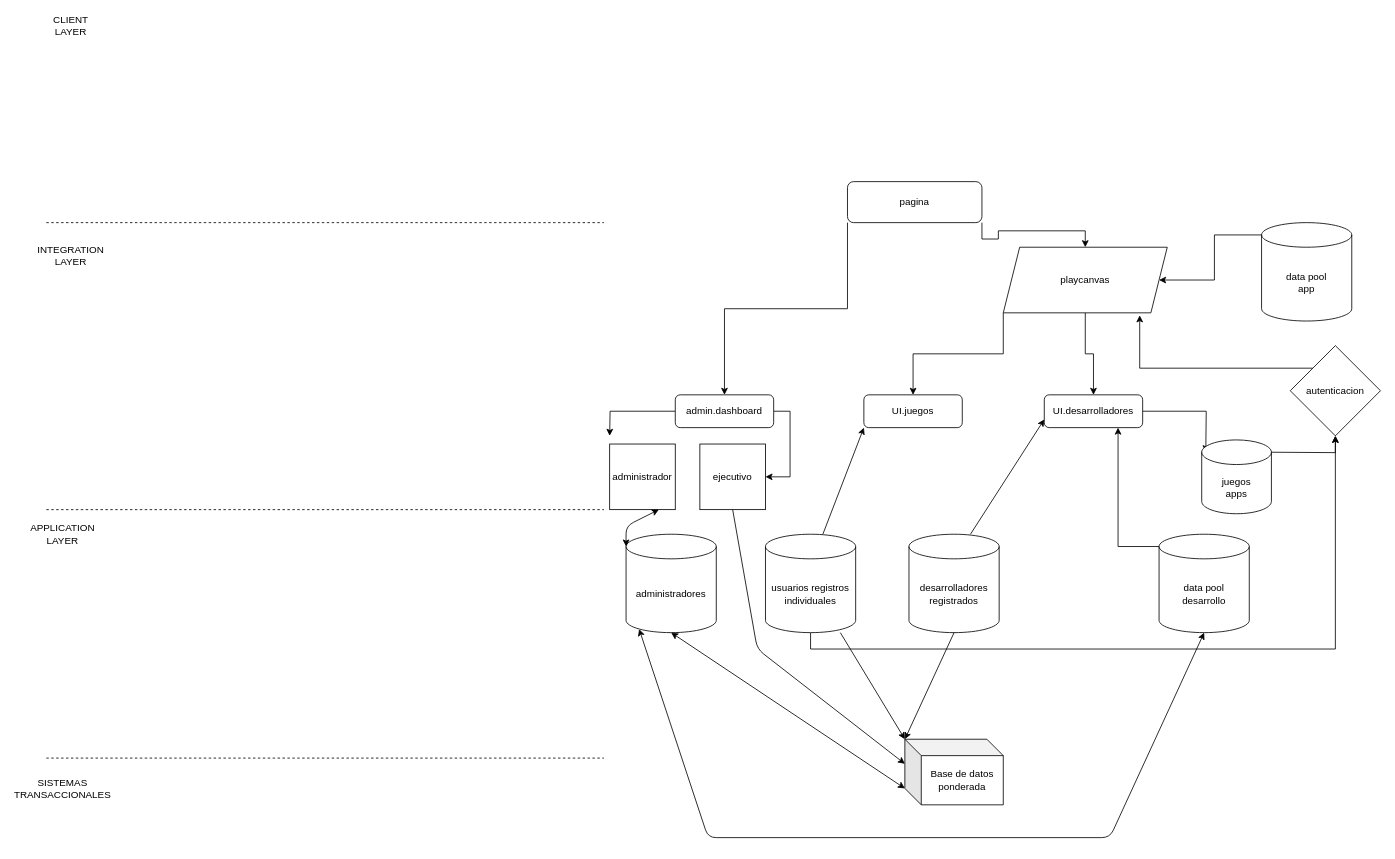
atractorestudio/docs keeps this draw.io diagram as Untitled Diagram.drawio. Above is the earlier version. Source tidied: cells renumbered, new cells numbered last; positions are measured from the earlier drawing's top-left corner, leaving out a move shared by most shapes. Both pictures are drawn from the tidied source at 82%, with x=0, y=0 at pixel (46, 17).
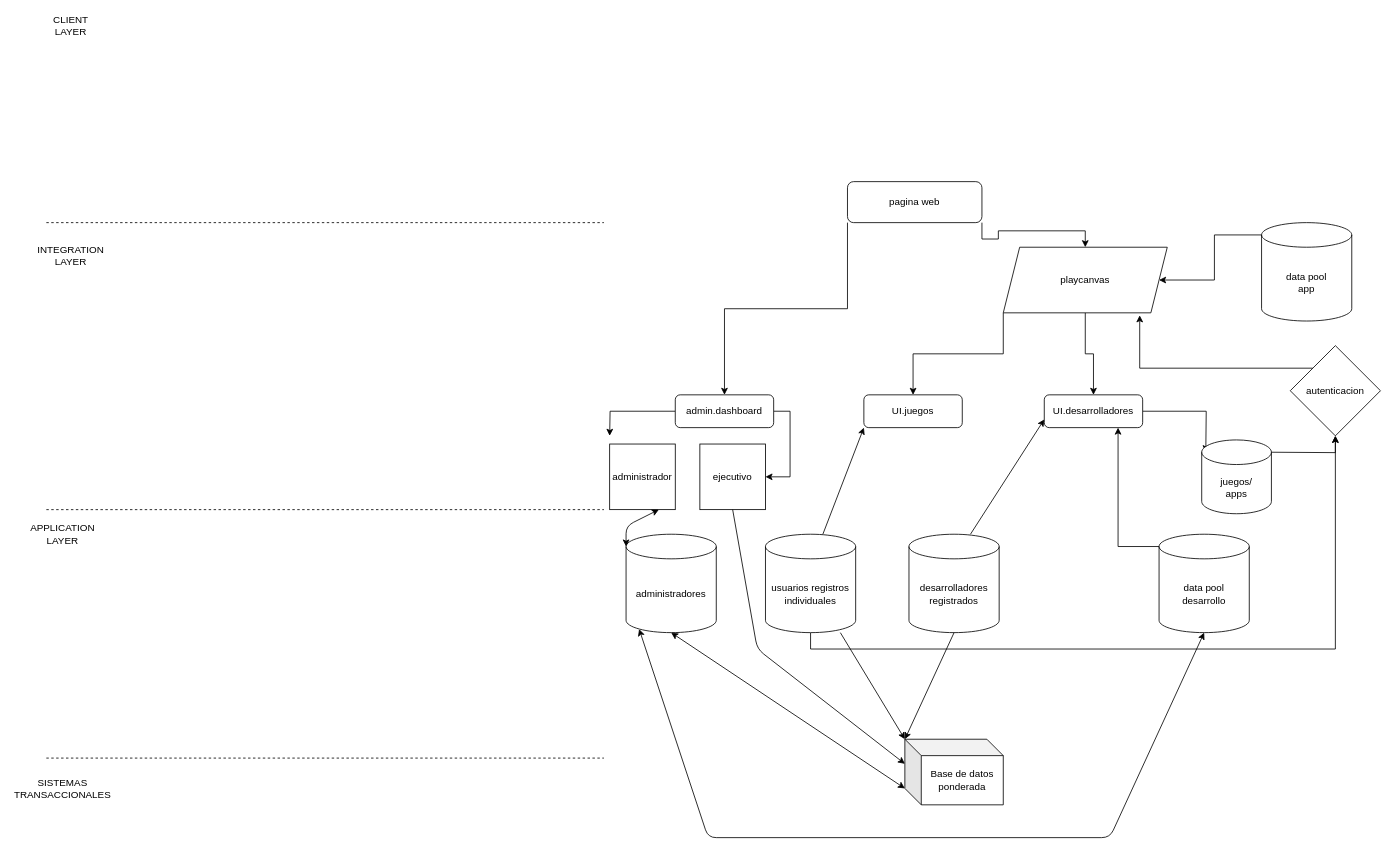
Above is the later version.

Change to the diagram source:
```diff
@@
-    <mxCell id="24" value="pagina" style="rounded=1;whiteSpace=wrap;html=1;" parent="1" vertex="1">
+    <mxCell id="24" value="pagina web" style="rounded=1;whiteSpace=wrap;html=1;" parent="1" vertex="1">
       <mxGeometry x="977" y="200" width="164" height="50" as="geometry" />
     </mxCell>
@@
-    <mxCell id="36" value="&lt;div&gt;juegos&lt;/div&gt;&lt;div&gt;apps&lt;br&gt;&lt;/div&gt;" style="shape=cylinder3;whiteSpace=wrap;html=1;boundedLbl=1;backgroundOutline=1;size=15;" parent="1" vertex="1">
+    <mxCell id="36" value="&lt;div&gt;juegos/&lt;/div&gt;&lt;div&gt;apps&lt;br&gt;&lt;/div&gt;" style="shape=cylinder3;whiteSpace=wrap;html=1;boundedLbl=1;backgroundOutline=1;size=15;" parent="1" vertex="1">
       <mxGeometry x="1409" y="515" width="85" height="90" as="geometry" />
     </mxCell>
```
